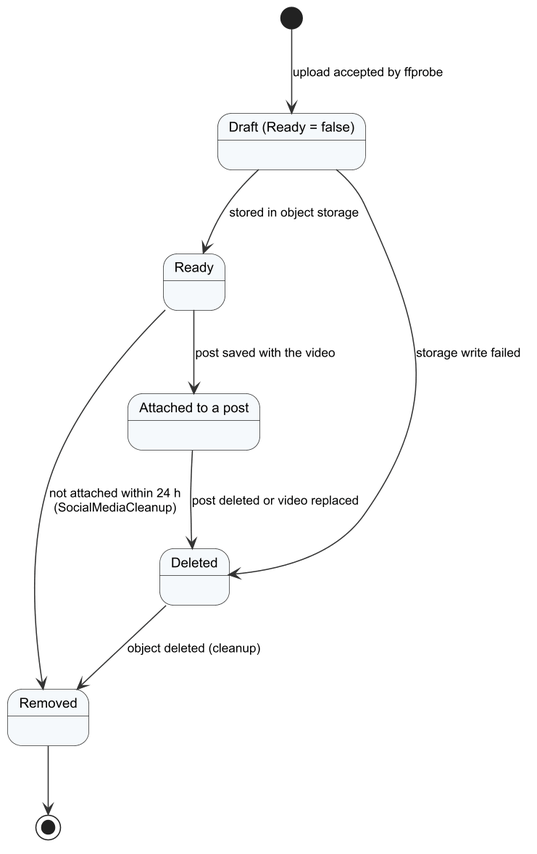
Earlier version of the PlantUML export Doc/Project_report/Report/diagrams/png/r4_sm_media.png (Tad-Min/PickleVerse).
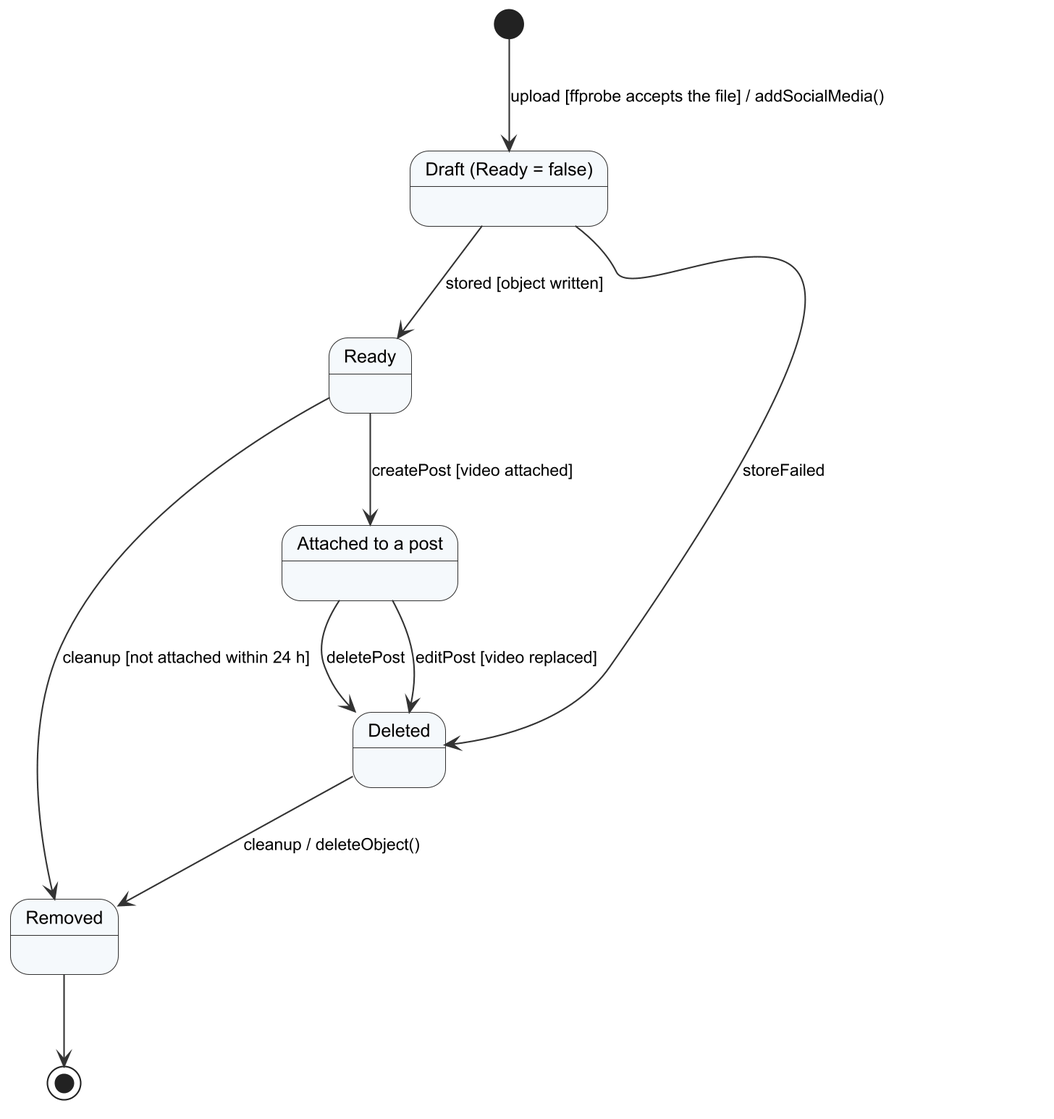
Above is the later version.

What changed in the source:
```diff
@@ -4,12 +4,13 @@
 state "Ready" as Ready
 state "Attached to a post" as Attached
 state "Deleted" as Deleted
-[*] --> Draft : upload accepted by ffprobe
-Draft --> Ready : stored in object storage
-Draft --> Deleted : storage write failed
-Ready --> Attached : post saved with the video
-Ready --> Removed : not attached within 24 h\n(SocialMediaCleanup)
-Attached --> Deleted : post deleted or video replaced
-Deleted --> Removed : object deleted (cleanup)
+[*] --> Draft : upload [ffprobe accepts the file] / addSocialMedia()
+Draft --> Ready : stored [object written]
+Draft --> Deleted : storeFailed
+Ready --> Attached : createPost [video attached]
+Ready --> Removed : cleanup [not attached within 24 h]
+Attached --> Deleted : deletePost
+Attached --> Deleted : editPost [video replaced]
+Deleted --> Removed : cleanup / deleteObject()
 Removed --> [*]
 @enduml
```
